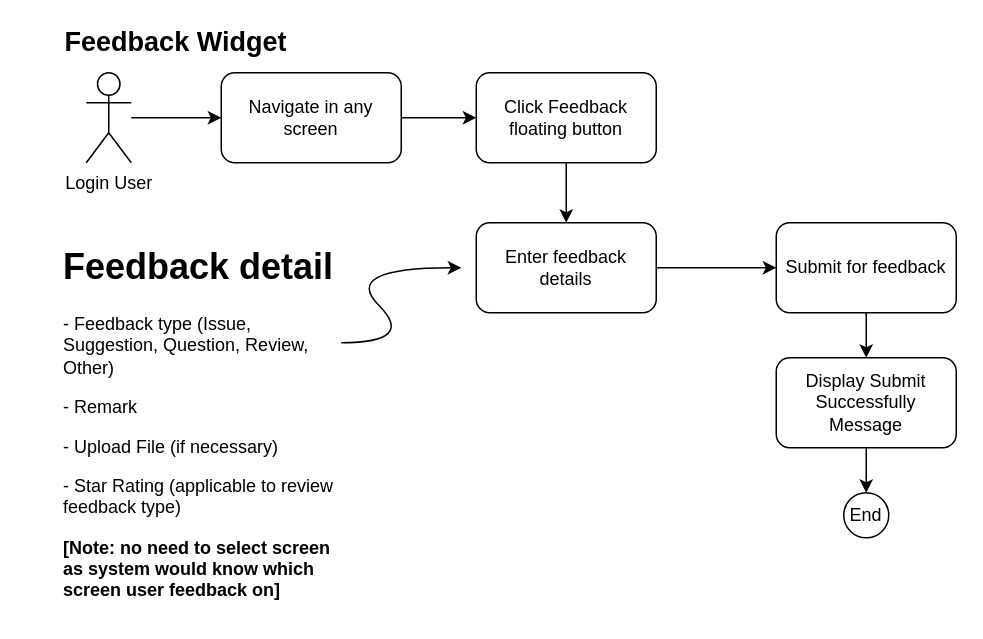
Earlier version of the draw.io diagram page "Feedback Widget" (9 of 17) of Untitled Diagram.drawio (Harbringer666/Harbringer). Source tidied: cells renumbered, new cells numbered last; positions are measured from the earlier drawing's top-left corner, leaving out a move shared by most shapes. Both pictures are drawn from the tidied source at 150%, with x=0, y=0 at pixel (26, 27).
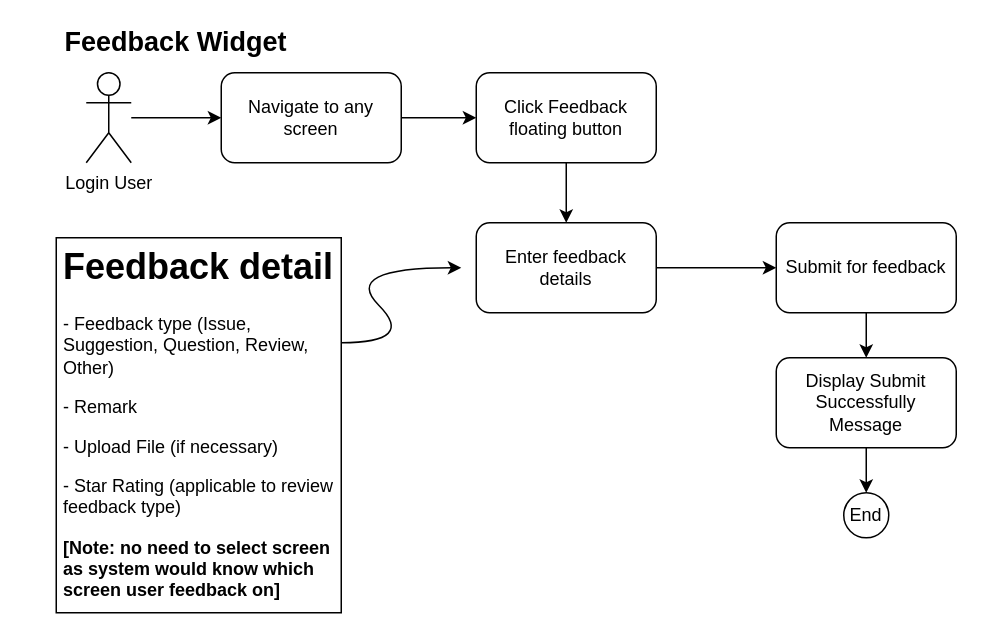
Above is the later version.

Diff of the diagram source:
```diff
@@
-    <mxCell id="5" value="Navigate in any screen" style="rounded=1;whiteSpace=wrap;html=1;" parent="1" vertex="1">
+    <mxCell id="5" value="Navigate to any screen" style="rounded=1;whiteSpace=wrap;html=1;" parent="1" vertex="1">
       <mxGeometry x="130" y="30" width="120" height="60" as="geometry" />
     </mxCell>
@@
-    <mxCell id="10" value="&lt;h1&gt;Feedback detail&lt;/h1&gt;&lt;p&gt;- Feedback type (Issue, Suggestion, Question, Review, Other)&lt;/p&gt;&lt;p&gt;- Remark&lt;/p&gt;&lt;p&gt;- Upload File (if necessary)&lt;/p&gt;&lt;p&gt;- Star Rating (applicable to review feedback type)&lt;/p&gt;&lt;p&gt;&lt;b&gt;[Note: no need to select screen as system would know which screen user feedback on]&lt;/b&gt;&lt;/p&gt;" style="text;html=1;strokeColor=none;fillColor=none;spacing=5;spacingTop=-20;whiteSpace=wrap;overflow=hidden;rounded=0;" parent="1" vertex="1">
+    <mxCell id="10" value="&lt;h1&gt;Feedback detail&lt;/h1&gt;&lt;p&gt;- Feedback type (Issue, Suggestion, Question, Review, Other)&lt;/p&gt;&lt;p&gt;- Remark&lt;/p&gt;&lt;p&gt;- Upload File (if necessary)&lt;/p&gt;&lt;p&gt;- Star Rating (applicable to review feedback type)&lt;/p&gt;&lt;p&gt;&lt;b&gt;[Note: no need to select screen as system would know which screen user feedback on]&lt;/b&gt;&lt;/p&gt;" style="text;html=1;fillColor=none;spacing=5;spacingTop=-20;whiteSpace=wrap;overflow=hidden;rounded=0;strokeColor=#000000;" parent="1" vertex="1">
       <mxGeometry x="20" y="140" width="190" height="250" as="geometry" />
     </mxCell>
```
